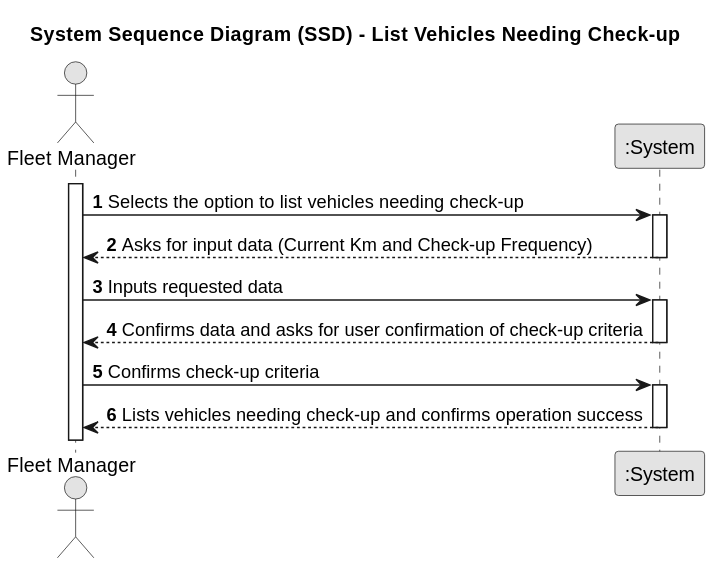
The PlantUML diagram docs/sprintA/us008/01.requirements-engineering/svg/us008-system-sequence-diagram.svg in Mendoncaa/LAPR2, before a commit.
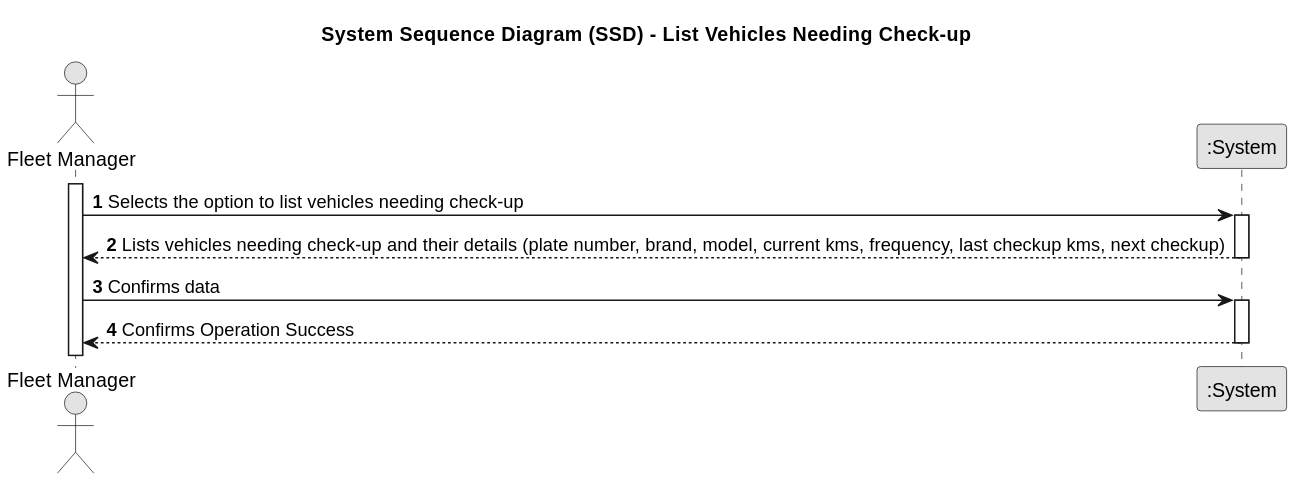
The same diagram one commit later.

Commit message:
Update of US05 and US08 based on the new updates of the domain model

Change to the diagram source:
```diff
@@ -15,19 +15,14 @@
     FM -> System : Selects the option to list vehicles needing check-up
     activate System
 
-        System --> FM : Asks for input data (Current Km and Check-up Frequency)
+    System --> FM : Lists vehicles needing check-up and their details (plate number, brand, model, current kms, frequency, last checkup kms, next checkup)
     deactivate System
 
-    FM -> System : Inputs requested data
+    FM -> System : Confirms data
     activate System
 
-        System --> FM : Confirms data and asks for user confirmation of check-up criteria
-    deactivate System
+    System --> FM : Confirms Operation Success
 
-    FM -> System : Confirms check-up criteria
-    activate System
-
-        System --> FM : Lists vehicles needing check-up and confirms operation success
 
     deactivate System
 @enduml
```
